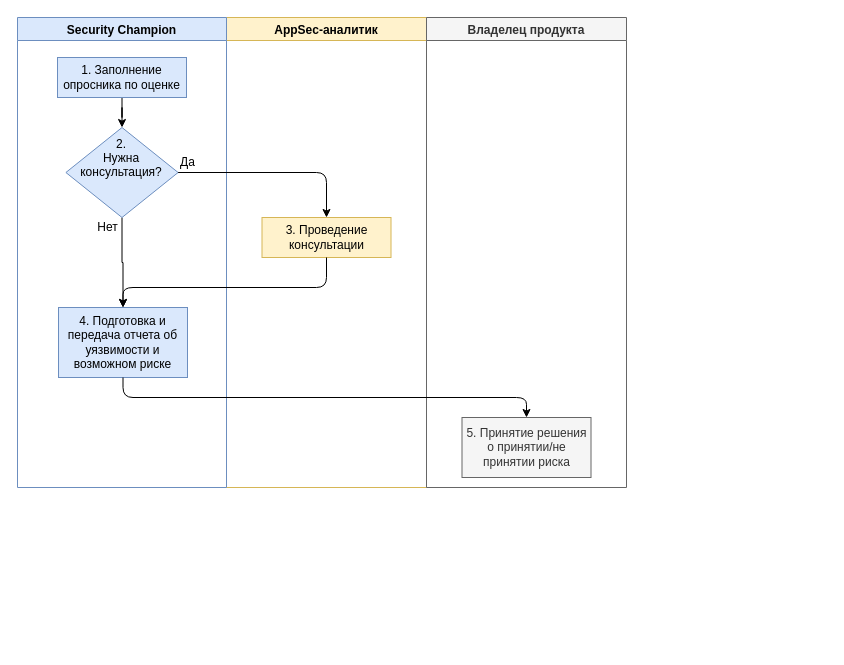
GoluzinaD/Python keeps this draw.io diagram as page "Оценка риска" (2 of 10) of Untitled Diagram2.drawio. Above is the earlier version. Source tidied: cells renumbered, new cells numbered last; positions are measured from the earlier drawing's top-left corner, leaving out a move shared by most shapes. Both pictures are drawn from the tidied source at 100%, with x=0, y=0 at pixel (17, 17).
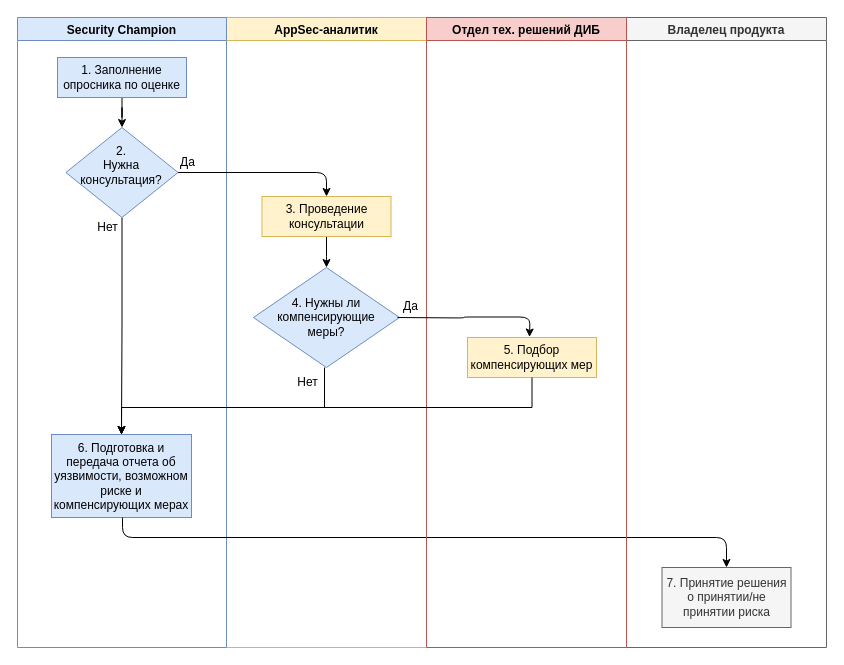
Above is the later version.

What changed in the source:
```diff
@@
     <mxCell id="2" value="AppSec-аналитик" style="swimlane;rounded=0;sketch=0;fillColor=#fff2cc;strokeColor=#d6b656;" parent="1" vertex="1">
-      <mxGeometry x="209" width="200" height="470" as="geometry" />
+      <mxGeometry x="209" width="200" height="630" as="geometry" />
     </mxCell>
+    <mxCell id="17" style="edgeStyle=orthogonalEdgeStyle;rounded=0;jettySize=auto;html=1;" parent="2" edge="1" source="3" target="18">
+      <mxGeometry relative="1" as="geometry" />
+    </mxCell>
     <mxCell id="3" value="3. Проведение консультации" style="rounded=0;whiteSpace=wrap;html=1;sketch=0;fontSize=12;fillColor=#fff2cc;strokeColor=#d6b656;" parent="2" vertex="1">
-      <mxGeometry x="35.5" y="200" width="129" height="40" as="geometry" />
+      <mxGeometry x="35.5" y="179" width="129" height="40" as="geometry" />
     </mxCell>
+    <mxCell id="18" value="&lt;div&gt;4.&amp;nbsp;&lt;span style=&quot;background-color: initial;&quot;&gt;Нужны ли компенсирующие&lt;/span&gt;&lt;/div&gt;&lt;div&gt;&lt;span style=&quot;background-color: initial;&quot;&gt;меры?&lt;/span&gt;&lt;/div&gt;" style="rhombus;whiteSpace=wrap;html=1;rounded=0;sketch=0;fontSize=12;fillColor=#dae8fc;strokeColor=#6c8ebf;" parent="2" vertex="1">
+      <mxGeometry x="26.9" y="250" width="146.1" height="100" as="geometry" />
+    </mxCell>
+    <mxCell id="19" value="Нет" style="text;html=1;align=center;verticalAlign=middle;strokeColor=none;fillColor=none;" parent="2" vertex="1">
+      <mxGeometry x="61" y="350" width="40" height="30" as="geometry" />
+    </mxCell>
     <mxCell id="4" value="Security Champion" style="swimlane;rounded=0;sketch=0;fillColor=#dae8fc;strokeColor=#6c8ebf;" parent="1" vertex="1">
-      <mxGeometry width="209" height="470" as="geometry" />
+      <mxGeometry width="209" height="630" as="geometry" />
     </mxCell>
@@
-    <mxCell id="8" value="&lt;div&gt;2. &lt;br&gt;&lt;/div&gt;&lt;div&gt;Нужна консультация?&lt;br&gt;&lt;br&gt;&lt;/div&gt;&lt;div&gt;&lt;br&gt;&lt;/div&gt;" style="rhombus;whiteSpace=wrap;html=1;rounded=0;sketch=0;fontSize=12;fillColor=#dae8fc;strokeColor=#6c8ebf;" parent="4" vertex="1">
+    <mxCell id="8" value="&lt;div&gt;2. &lt;br&gt;&lt;/div&gt;&lt;div&gt;Нужна консультация?&lt;br&gt;&lt;/div&gt;&lt;div&gt;&lt;br&gt;&lt;/div&gt;" style="rhombus;whiteSpace=wrap;html=1;rounded=0;sketch=0;fontSize=12;fillColor=#dae8fc;strokeColor=#6c8ebf;" parent="4" vertex="1">
       <mxGeometry x="48.4" y="110" width="112.2" height="90" as="geometry" />
     </mxCell>
-    <mxCell id="9" value="4. Подготовка и передача отчета об уязвимости и возможном риске" style="rounded=0;whiteSpace=wrap;html=1;sketch=0;fontSize=12;fillColor=#dae8fc;strokeColor=#6c8ebf;" parent="4" vertex="1">
-      <mxGeometry x="41" y="290" width="129" height="70" as="geometry" />
+    <mxCell id="9" value="6. Подготовка и передача отчета об уязвимости, возможном риске и компенсирующих мерах" style="rounded=0;whiteSpace=wrap;html=1;sketch=0;fontSize=12;fillColor=#dae8fc;strokeColor=#6c8ebf;" parent="4" vertex="1">
+      <mxGeometry x="34" y="417" width="140" height="83" as="geometry" />
     </mxCell>
@@
     <mxCell id="12" value="Владелец продукта" style="swimlane;rounded=0;sketch=0;fillColor=#f5f5f5;fontColor=#333333;strokeColor=#666666;" parent="1" vertex="1">
-      <mxGeometry x="409" width="200" height="470" as="geometry" />
+      <mxGeometry x="609" width="200" height="630" as="geometry" />
     </mxCell>
-    <mxCell id="13" value="5. Принятие решения о принятии/не принятии риска" style="rounded=0;whiteSpace=wrap;html=1;sketch=0;fontSize=12;fillColor=#f5f5f5;strokeColor=#666666;fontColor=#333333;" parent="12" vertex="1">
-      <mxGeometry x="35.5" y="400" width="129" height="60" as="geometry" />
+    <mxCell id="13" value="7. Принятие решения о принятии/не принятии риска" style="rounded=0;whiteSpace=wrap;html=1;sketch=0;fontSize=12;fillColor=#f5f5f5;strokeColor=#666666;fontColor=#333333;" parent="12" vertex="1">
+      <mxGeometry x="35.5" y="550" width="129" height="60" as="geometry" />
     </mxCell>
@@
     <mxCell id="15" style="edgeStyle=orthogonalEdgeStyle;rounded=1;jettySize=auto;html=1;entryX=0.5;entryY=0;entryDx=0;entryDy=0;" parent="1" edge="1" source="9" target="13">
       <mxGeometry relative="1" as="geometry">
         <Array as="points">
-          <mxPoint x="105" y="380" />
-          <mxPoint x="509" y="380" />
+          <mxPoint x="105" y="520" />
+          <mxPoint x="709" y="520" />
         </Array>
       </mxGeometry>
     </mxCell>
-    <mxCell id="16" style="edgeStyle=orthogonalEdgeStyle;rounded=1;jettySize=auto;html=1;entryX=0.5;entryY=0;entryDx=0;entryDy=0;" parent="1" edge="1" source="3" target="9">
-      <mxGeometry relative="1" as="geometry">
-        <Array as="points">
-          <mxPoint x="309" y="270" />
-          <mxPoint x="105" y="270" />
-          <mxPoint x="105" y="290" />
-        </Array>
-      </mxGeometry>
-    </mxCell>
+    <mxCell id="20" value="Отдел тех. решений ДИБ" style="swimlane;rounded=0;sketch=0;fillColor=#f8cecc;strokeColor=#b85450;" parent="1" vertex="1">
+      <mxGeometry x="409" width="200" height="630" as="geometry" />
+    </mxCell>
+    <mxCell id="21" value="Да" style="text;html=1;align=center;verticalAlign=middle;strokeColor=none;fillColor=none;" parent="20" vertex="1">
+      <mxGeometry x="-36" y="273.5" width="40" height="30" as="geometry" />
+    </mxCell>
+    <mxCell id="22" style="edgeStyle=orthogonalEdgeStyle;rounded=1;orthogonalLoop=1;jettySize=auto;html=1;entryX=0.5;entryY=0;entryDx=0;entryDy=0;" parent="20" edge="1">
+      <mxGeometry relative="1" as="geometry">
+        <mxPoint x="-29" y="300" as="sourcePoint" />
+        <mxPoint x="103" y="319.5" as="targetPoint" />
+      </mxGeometry>
+    </mxCell>
+    <mxCell id="23" value="5. Подбор компенсирующих мер" style="rounded=0;whiteSpace=wrap;html=1;sketch=0;fontSize=12;fillColor=#fff2cc;strokeColor=#d6b656;" parent="20" vertex="1">
+      <mxGeometry x="41" y="320" width="129" height="40" as="geometry" />
+    </mxCell>
+    <mxCell id="24" style="edgeStyle=orthogonalEdgeStyle;rounded=0;orthogonalLoop=1;jettySize=auto;html=1;exitX=0.5;exitY=1;exitDx=0;exitDy=0;" parent="1" edge="1">
+      <mxGeometry relative="1" as="geometry">
+        <mxPoint x="307" y="350" as="sourcePoint" />
+        <mxPoint x="104" y="417" as="targetPoint" />
+        <Array as="points">
+          <mxPoint x="307" y="390" />
+          <mxPoint x="104" y="390" />
+        </Array>
+      </mxGeometry>
+    </mxCell>
+    <mxCell id="25" style="edgeStyle=orthogonalEdgeStyle;rounded=0;jettySize=auto;html=1;exitX=0.5;exitY=1;exitDx=0;exitDy=0;entryX=0.5;entryY=0;entryDx=0;entryDy=0;" parent="1" edge="1" source="23" target="9">
+      <mxGeometry relative="1" as="geometry">
+        <Array as="points">
+          <mxPoint x="515" y="390" />
+          <mxPoint x="104" y="390" />
+        </Array>
+      </mxGeometry>
+    </mxCell>
```
